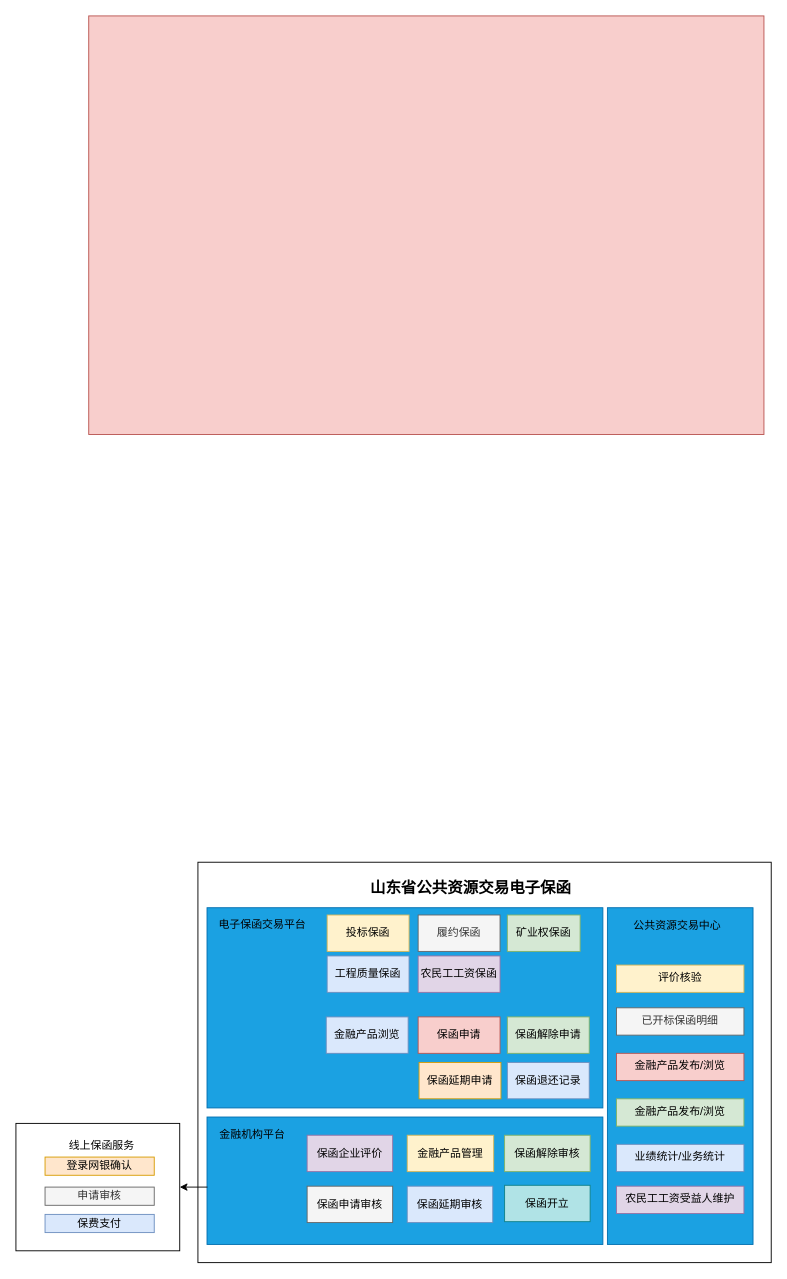
Above: Untitled Diagram.drawio in hyk95/git (draw.io), before the change. Source tidied: cells renumbered, new cells numbered last; positions are measured from the earlier drawing's top-left corner, leaving out a move shared by most shapes. Both pictures are drawn from the tidied source at 91%, with x=0, y=0 at pixel (15, 15).
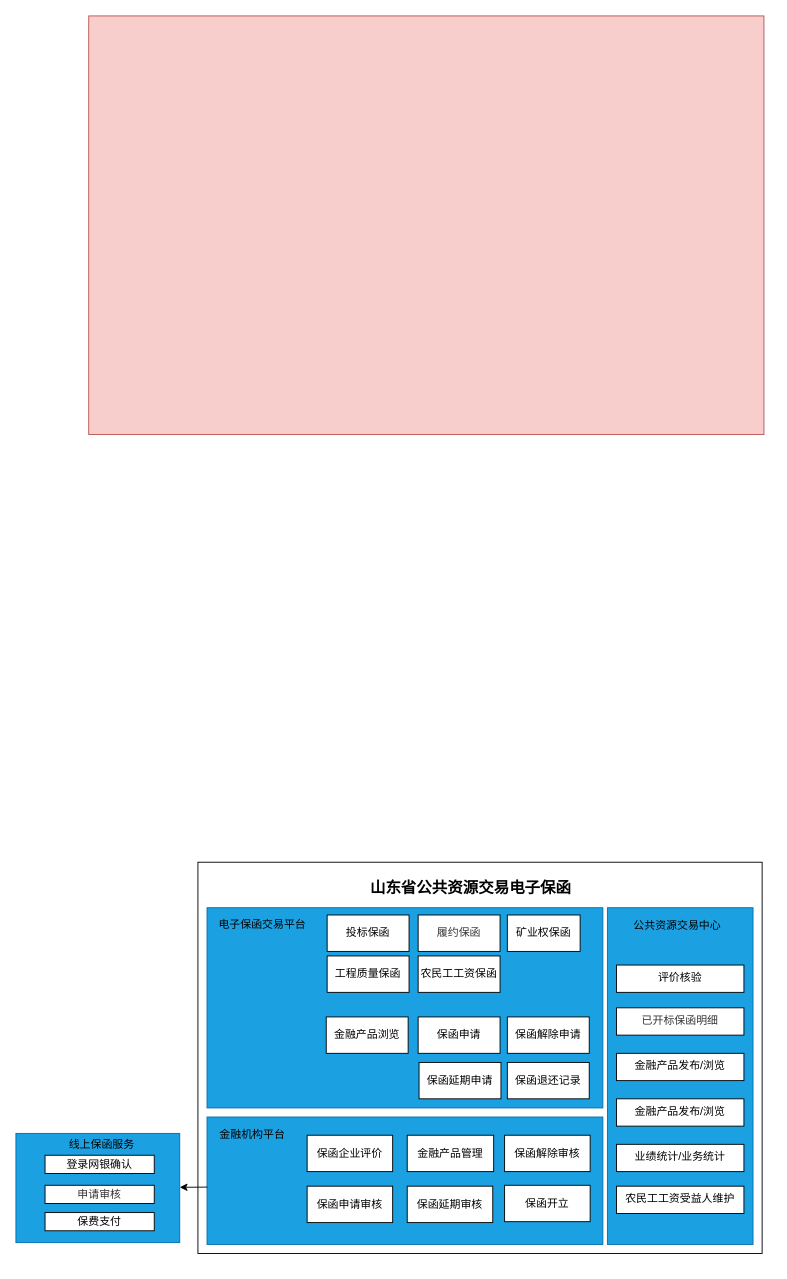
After the change.

What changed in the source:
```diff
@@
     <mxCell id="2" style="rounded=0;whiteSpace=wrap;html=1;align=center;" parent="1" vertex="1">
-      <mxGeometry x="200" y="930" width="630" height="440" as="geometry" />
+      <mxGeometry x="200" y="930" width="620" height="430" as="geometry" />
     </mxCell>
@@
-    <mxCell id="8" value="矿业权保函" style="text;html=1;strokeColor=#82b366;fillColor=#d5e8d4;align=center;verticalAlign=middle;whiteSpace=wrap;rounded=0;" parent="1" vertex="1">
+    <mxCell id="8" value="矿业权保函" style="text;html=1;align=center;verticalAlign=middle;whiteSpace=wrap;rounded=0;fillColor=#FFFFFF;strokeColor=#000000;" parent="1" vertex="1">
       <mxGeometry x="540" y="988" width="80" height="40" as="geometry" />
     </mxCell>
-    <mxCell id="9" value="履约保函" style="text;html=1;strokeColor=#666666;fillColor=#f5f5f5;align=center;verticalAlign=middle;whiteSpace=wrap;rounded=0;fontColor=#333333;" parent="1" vertex="1">
+    <mxCell id="9" value="履约保函" style="text;html=1;align=center;verticalAlign=middle;whiteSpace=wrap;rounded=0;fontColor=#333333;fillColor=#FFFFFF;strokeColor=#000000;" parent="1" vertex="1">
       <mxGeometry x="442" y="988" width="90" height="40" as="geometry" />
     </mxCell>
-    <mxCell id="10" value="投标保函" style="text;html=1;strokeColor=#d6b656;fillColor=#fff2cc;align=center;verticalAlign=middle;whiteSpace=wrap;rounded=0;" parent="1" vertex="1">
+    <mxCell id="10" value="投标保函" style="text;html=1;align=center;verticalAlign=middle;whiteSpace=wrap;rounded=0;fillColor=#FFFFFF;strokeColor=#000000;" parent="1" vertex="1">
       <mxGeometry x="342" y="988" width="90" height="40" as="geometry" />
     </mxCell>
-    <mxCell id="11" value="工程质量保函" style="text;html=1;strokeColor=#6c8ebf;fillColor=#dae8fc;align=center;verticalAlign=middle;whiteSpace=wrap;rounded=0;" parent="1" vertex="1">
+    <mxCell id="11" value="工程质量保函" style="text;html=1;align=center;verticalAlign=middle;whiteSpace=wrap;rounded=0;fillColor=#FFFFFF;strokeColor=#000000;" parent="1" vertex="1">
       <mxGeometry x="342" y="1033" width="90" height="40" as="geometry" />
     </mxCell>
-    <mxCell id="12" value="农民工工资保函" style="text;html=1;strokeColor=#9673a6;fillColor=#e1d5e7;align=center;verticalAlign=middle;whiteSpace=wrap;rounded=0;" parent="1" vertex="1">
+    <mxCell id="12" value="农民工工资保函" style="text;html=1;align=center;verticalAlign=middle;whiteSpace=wrap;rounded=0;fillColor=#FFFFFF;strokeColor=#000000;" parent="1" vertex="1">
       <mxGeometry x="442" y="1033" width="90" height="40" as="geometry" />
     </mxCell>
@@
-    <mxCell id="15" value="保函解除审核" style="text;html=1;strokeColor=#82b366;fillColor=#d5e8d4;align=center;verticalAlign=middle;whiteSpace=wrap;rounded=0;" parent="1" vertex="1">
+    <mxCell id="15" value="保函解除审核" style="text;html=1;align=center;verticalAlign=middle;whiteSpace=wrap;rounded=0;fillColor=#ffffff;strokeColor=#000000;" parent="1" vertex="1">
       <mxGeometry x="537" y="1230" width="94" height="40" as="geometry" />
     </mxCell>
-    <mxCell id="16" value="&lt;span style=&quot;color: rgb(0 , 0 , 0)&quot;&gt;保函申请审核&lt;/span&gt;" style="text;html=1;strokeColor=#666666;fillColor=#f5f5f5;align=center;verticalAlign=middle;whiteSpace=wrap;rounded=0;fontColor=#333333;" parent="1" vertex="1">
+    <mxCell id="16" value="&lt;span style=&quot;color: rgb(0 , 0 , 0)&quot;&gt;保函申请审核&lt;/span&gt;" style="text;html=1;align=center;verticalAlign=middle;whiteSpace=wrap;rounded=0;fillColor=#ffffff;strokeColor=#000000;" parent="1" vertex="1">
       <mxGeometry x="320" y="1286" width="94" height="40" as="geometry" />
     </mxCell>
-    <mxCell id="17" value="金融产品管理" style="text;html=1;strokeColor=#d6b656;fillColor=#fff2cc;align=center;verticalAlign=middle;whiteSpace=wrap;rounded=0;" parent="1" vertex="1">
+    <mxCell id="17" value="金融产品管理" style="text;html=1;align=center;verticalAlign=middle;whiteSpace=wrap;rounded=0;fillColor=#ffffff;strokeColor=#000000;" parent="1" vertex="1">
       <mxGeometry x="430" y="1230" width="95" height="40" as="geometry" />
     </mxCell>
-    <mxCell id="18" value="保函延期审核" style="text;html=1;strokeColor=#6c8ebf;fillColor=#dae8fc;align=center;verticalAlign=middle;whiteSpace=wrap;rounded=0;" parent="1" vertex="1">
+    <mxCell id="18" value="保函延期审核" style="text;html=1;align=center;verticalAlign=middle;whiteSpace=wrap;rounded=0;fillColor=#ffffff;strokeColor=#000000;" parent="1" vertex="1">
       <mxGeometry x="430" y="1286" width="94" height="40" as="geometry" />
     </mxCell>
-    <mxCell id="19" value="保函企业评价" style="text;html=1;strokeColor=#9673a6;fillColor=#e1d5e7;align=center;verticalAlign=middle;whiteSpace=wrap;rounded=0;" parent="1" vertex="1">
+    <mxCell id="19" value="保函企业评价" style="text;html=1;align=center;verticalAlign=middle;whiteSpace=wrap;rounded=0;fillColor=#FFFFFF;strokeColor=#000000;" parent="1" vertex="1">
       <mxGeometry x="320" y="1230" width="94" height="40" as="geometry" />
     </mxCell>
-    <mxCell id="20" style="rounded=0;whiteSpace=wrap;html=1;" parent="1" vertex="1">
-      <mxGeometry y="1217" width="180" height="140" as="geometry" />
+    <mxCell id="20" style="rounded=0;whiteSpace=wrap;html=1;fillColor=#1ba1e2;strokeColor=#006EAF;fontColor=#ffffff;" parent="1" vertex="1">
+      <mxGeometry y="1228" width="180" height="120" as="geometry" />
     </mxCell>
     <mxCell id="21" value="线上保函服务" style="text;html=1;strokeColor=none;fillColor=none;align=center;verticalAlign=middle;whiteSpace=wrap;rounded=0;" parent="1" vertex="1">
-      <mxGeometry x="52" y="1232" width="85" height="20" as="geometry" />
+      <mxGeometry x="52" y="1230" width="85" height="20" as="geometry" />
     </mxCell>
-    <mxCell id="22" value="登录网银确认" style="rounded=0;whiteSpace=wrap;html=1;fillColor=#ffe6cc;strokeColor=#d79b00;" parent="1" vertex="1">
-      <mxGeometry x="32" y="1254" width="120" height="20" as="geometry" />
+    <mxCell id="22" value="登录网银确认" style="rounded=0;whiteSpace=wrap;html=1;" parent="1" vertex="1">
+      <mxGeometry x="32" y="1252" width="120" height="20" as="geometry" />
     </mxCell>
-    <mxCell id="23" value="申请审核" style="rounded=0;whiteSpace=wrap;html=1;fillColor=#f5f5f5;strokeColor=#666666;fontColor=#333333;" parent="1" vertex="1">
-      <mxGeometry x="32" y="1287" width="120" height="20" as="geometry" />
+    <mxCell id="23" value="申请审核" style="rounded=0;whiteSpace=wrap;html=1;fontColor=#333333;" parent="1" vertex="1">
+      <mxGeometry x="32" y="1285" width="120" height="20" as="geometry" />
     </mxCell>
-    <mxCell id="24" value="保费支付" style="rounded=0;whiteSpace=wrap;html=1;fillColor=#dae8fc;strokeColor=#6c8ebf;" parent="1" vertex="1">
-      <mxGeometry x="32" y="1317" width="120" height="20" as="geometry" />
+    <mxCell id="24" value="保费支付" style="rounded=0;whiteSpace=wrap;html=1;" parent="1" vertex="1">
+      <mxGeometry x="32" y="1315" width="120" height="20" as="geometry" />
     </mxCell>
@@
-    <mxCell id="26" value="金融产品发布/浏览" style="text;whiteSpace=wrap;html=1;align=center;fillColor=#f8cecc;strokeColor=#b85450;" parent="1" vertex="1">
+    <mxCell id="26" value="金融产品发布/浏览" style="text;whiteSpace=wrap;html=1;align=center;fillColor=#ffffff;strokeColor=#000000;" parent="1" vertex="1">
       <mxGeometry x="660" y="1140" width="140" height="30" as="geometry" />
     </mxCell>
-    <mxCell id="27" value="评价核验" style="text;whiteSpace=wrap;html=1;align=center;fillColor=#fff2cc;strokeColor=#d6b656;" parent="1" vertex="1">
+    <mxCell id="27" value="评价核验" style="text;whiteSpace=wrap;html=1;align=center;fillColor=#ffffff;strokeColor=#000000;" parent="1" vertex="1">
       <mxGeometry x="660" y="1043" width="140" height="30" as="geometry" />
     </mxCell>
-    <mxCell id="28" value="业绩统计/业务统计" style="text;whiteSpace=wrap;html=1;align=center;fillColor=#dae8fc;strokeColor=#6c8ebf;" parent="1" vertex="1">
+    <mxCell id="28" value="业绩统计/业务统计" style="text;whiteSpace=wrap;html=1;align=center;fillColor=#ffffff;strokeColor=#000000;" parent="1" vertex="1">
       <mxGeometry x="660" y="1240" width="140" height="30" as="geometry" />
     </mxCell>
-    <mxCell id="29" value="农民工工资受益人维护" style="text;whiteSpace=wrap;html=1;align=center;fillColor=#e1d5e7;strokeColor=#9673a6;" parent="1" vertex="1">
+    <mxCell id="29" value="农民工工资受益人维护" style="text;whiteSpace=wrap;html=1;align=center;fillColor=#ffffff;strokeColor=#000000;" parent="1" vertex="1">
       <mxGeometry x="660" y="1286" width="140" height="30" as="geometry" />
     </mxCell>
-    <mxCell id="30" value="金融产品浏览" style="text;html=1;strokeColor=#6c8ebf;fillColor=#dae8fc;align=center;verticalAlign=middle;whiteSpace=wrap;rounded=0;" parent="1" vertex="1">
+    <mxCell id="30" value="金融产品浏览" style="text;html=1;align=center;verticalAlign=middle;whiteSpace=wrap;rounded=0;fillColor=#FFFFFF;strokeColor=#000000;" parent="1" vertex="1">
       <mxGeometry x="341" y="1100" width="90" height="40" as="geometry" />
     </mxCell>
-    <mxCell id="31" value="保函申请" style="text;html=1;align=center;verticalAlign=middle;whiteSpace=wrap;rounded=0;fillColor=#f8cecc;strokeColor=#b85450;" parent="1" vertex="1">
+    <mxCell id="31" value="保函申请" style="text;html=1;align=center;verticalAlign=middle;whiteSpace=wrap;rounded=0;fillColor=#FFFFFF;strokeColor=#000000;" parent="1" vertex="1">
       <mxGeometry x="442" y="1100" width="90" height="40" as="geometry" />
     </mxCell>
-    <mxCell id="32" value="保函解除申请" style="text;html=1;strokeColor=#82b366;fillColor=#d5e8d4;align=center;verticalAlign=middle;whiteSpace=wrap;rounded=0;" parent="1" vertex="1">
+    <mxCell id="32" value="保函解除申请" style="text;html=1;align=center;verticalAlign=middle;whiteSpace=wrap;rounded=0;fillColor=#FFFFFF;strokeColor=#000000;" parent="1" vertex="1">
       <mxGeometry x="540" y="1100" width="90" height="40" as="geometry" />
     </mxCell>
-    <mxCell id="33" value="保函延期申请" style="text;html=1;strokeColor=#d79b00;fillColor=#ffe6cc;align=center;verticalAlign=middle;whiteSpace=wrap;rounded=0;" parent="1" vertex="1">
+    <mxCell id="33" value="保函延期申请" style="text;html=1;align=center;verticalAlign=middle;whiteSpace=wrap;rounded=0;fillColor=#FFFFFF;strokeColor=#000000;" parent="1" vertex="1">
       <mxGeometry x="443" y="1150" width="90" height="40" as="geometry" />
     </mxCell>
-    <mxCell id="34" value="保函退还记录" style="text;html=1;strokeColor=#6c8ebf;fillColor=#dae8fc;align=center;verticalAlign=middle;whiteSpace=wrap;rounded=0;" parent="1" vertex="1">
+    <mxCell id="34" value="保函退还记录" style="text;html=1;align=center;verticalAlign=middle;whiteSpace=wrap;rounded=0;strokeColor=#000000;fillColor=#FFFFFF;" parent="1" vertex="1">
       <mxGeometry x="540" y="1150" width="90" height="40" as="geometry" />
     </mxCell>
-    <mxCell id="35" value="已开标保函明细" style="text;whiteSpace=wrap;html=1;align=center;fillColor=#f5f5f5;strokeColor=#666666;fontColor=#333333;" parent="1" vertex="1">
+    <mxCell id="35" value="已开标保函明细" style="text;whiteSpace=wrap;html=1;align=center;fontColor=#333333;fillColor=#ffffff;strokeColor=#000000;" parent="1" vertex="1">
       <mxGeometry x="660" y="1090" width="140" height="30" as="geometry" />
     </mxCell>
-    <mxCell id="36" value="金融产品发布/浏览" style="text;whiteSpace=wrap;html=1;align=center;fillColor=#d5e8d4;strokeColor=#82b366;" parent="1" vertex="1">
+    <mxCell id="36" value="金融产品发布/浏览" style="text;whiteSpace=wrap;html=1;align=center;fillColor=#ffffff;strokeColor=#000000;" parent="1" vertex="1">
       <mxGeometry x="660" y="1190" width="140" height="30" as="geometry" />
     </mxCell>
-    <mxCell id="37" value="保函开立" style="text;html=1;strokeColor=#0e8088;fillColor=#b0e3e6;align=center;verticalAlign=middle;whiteSpace=wrap;rounded=0;" parent="1" vertex="1">
+    <mxCell id="37" value="保函开立" style="text;html=1;align=center;verticalAlign=middle;whiteSpace=wrap;rounded=0;fillColor=#ffffff;strokeColor=#000000;" parent="1" vertex="1">
       <mxGeometry x="537" y="1285" width="94" height="40" as="geometry" />
     </mxCell>
```
